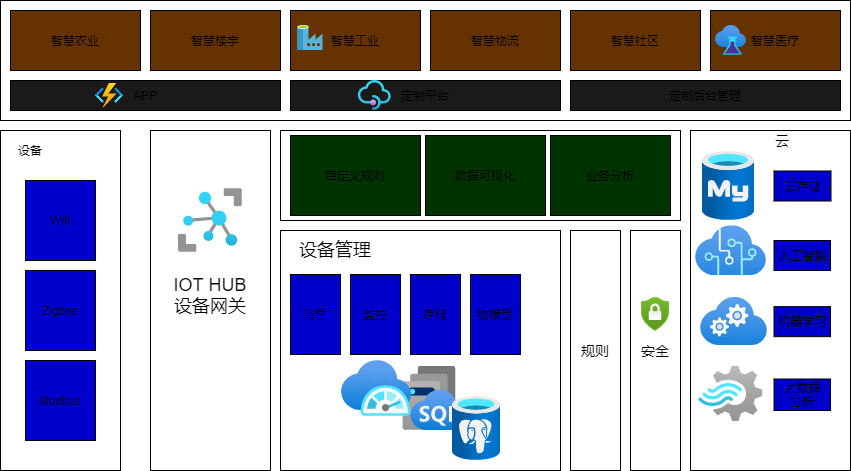
The draw.io diagram Image/IOT Drawing.png in motiontek/p1, before a commit. Source tidied: cells renumbered, new cells last; positions are measured from the earlier drawing's top-left corner, leaving out a move shared by most shapes.
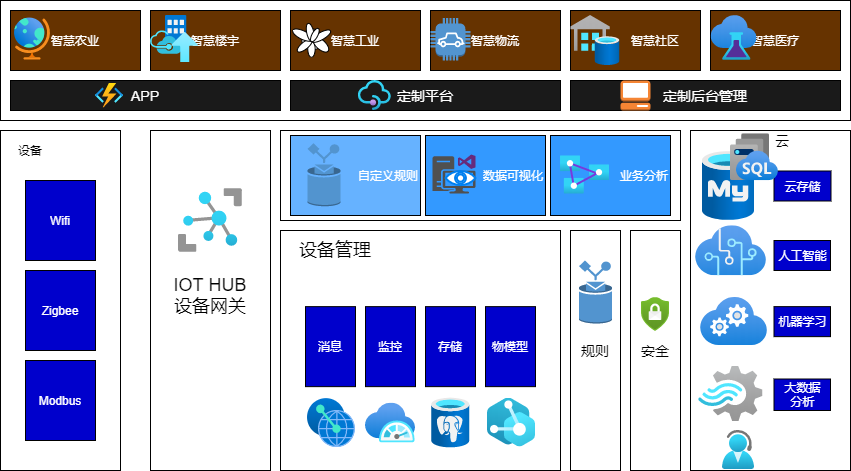
Later version of the same file.

What changed in the source:
```diff
@@ -8,7 +8,7 @@
     <mxCell id="3" value="设备" style="text;html=1;strokeColor=none;fillColor=none;align=center;verticalAlign=middle;whiteSpace=wrap;rounded=0;" parent="1" vertex="1">
       <mxGeometry x="10" y="140" width="40" height="20" as="geometry" />
     </mxCell>
-    <mxCell id="4" value="Wifi" style="rounded=0;whiteSpace=wrap;html=1;fillColor=#0000CC;" parent="1" vertex="1">
+    <mxCell id="4" value="&lt;font color=&quot;#ffffff&quot;&gt;Wifi&lt;/font&gt;" style="rounded=0;whiteSpace=wrap;html=1;fillColor=#0000CC;" parent="1" vertex="1">
       <mxGeometry x="25" y="180" width="70" height="80" as="geometry" />
     </mxCell>
     <mxCell id="5" value="Zigbee" style="rounded=0;whiteSpace=wrap;html=1;fillColor=#0000CC;" parent="1" vertex="1">
@@ -35,29 +35,29 @@
     <mxCell id="12" value="&lt;div&gt;&lt;span&gt;&lt;font style=&quot;font-size: 14px&quot;&gt;安全&lt;/font&gt;&lt;/span&gt;&lt;/div&gt;" style="rounded=0;whiteSpace=wrap;html=1;align=center;" parent="1" vertex="1">
       <mxGeometry x="630" y="230" width="50" height="240" as="geometry" />
     </mxCell>
-    <mxCell id="13" value="消息" style="rounded=0;whiteSpace=wrap;html=1;fillColor=#0000CC;" parent="1" vertex="1">
-      <mxGeometry x="290" y="274" width="50" height="80" as="geometry" />
+    <mxCell id="13" value="&lt;font color=&quot;#ffffff&quot;&gt;消息&lt;/font&gt;" style="rounded=0;whiteSpace=wrap;html=1;fillColor=#0000CC;" parent="1" vertex="1">
+      <mxGeometry x="305" y="306.1" width="50" height="80" as="geometry" />
     </mxCell>
-    <mxCell id="14" value="监控" style="rounded=0;whiteSpace=wrap;html=1;fillColor=#0000CC;" parent="1" vertex="1">
-      <mxGeometry x="350" y="274" width="50" height="80" as="geometry" />
+    <mxCell id="14" value="&lt;font color=&quot;#ffffff&quot;&gt;监控&lt;/font&gt;" style="rounded=0;whiteSpace=wrap;html=1;fillColor=#0000CC;" parent="1" vertex="1">
+      <mxGeometry x="365" y="306.1" width="50" height="80" as="geometry" />
     </mxCell>
-    <mxCell id="15" value="存储" style="rounded=0;whiteSpace=wrap;html=1;fillColor=#0000CC;" parent="1" vertex="1">
-      <mxGeometry x="410" y="274" width="50" height="80" as="geometry" />
+    <mxCell id="15" value="&lt;font color=&quot;#ffffff&quot;&gt;存储&lt;/font&gt;" style="rounded=0;whiteSpace=wrap;html=1;fillColor=#0000CC;" parent="1" vertex="1">
+      <mxGeometry x="425" y="306.1" width="50" height="80" as="geometry" />
     </mxCell>
     <mxCell id="16" style="rounded=0;whiteSpace=wrap;html=1;align=left;" parent="1" vertex="1">
       <mxGeometry x="280" y="130" width="400" height="90" as="geometry" />
     </mxCell>
-    <mxCell id="17" value="自定义规则" style="rounded=0;whiteSpace=wrap;html=1;fillColor=#003300;" parent="1" vertex="1">
+    <mxCell id="17" value="&lt;font color=&quot;#ffffff&quot;&gt;自定义规则&lt;/font&gt;" style="rounded=0;whiteSpace=wrap;html=1;fillColor=#66B2FF;align=right;" parent="1" vertex="1">
       <mxGeometry x="290" y="135" width="130" height="80" as="geometry" />
     </mxCell>
-    <mxCell id="18" value="数据可视化" style="rounded=0;whiteSpace=wrap;html=1;fillColor=#003300;" parent="1" vertex="1">
+    <mxCell id="18" value="&lt;font color=&quot;#ffffff&quot;&gt;数据可视化&lt;/font&gt;" style="rounded=0;whiteSpace=wrap;html=1;fillColor=#3399FF;align=right;" parent="1" vertex="1">
       <mxGeometry x="425" y="135" width="120" height="80" as="geometry" />
     </mxCell>
-    <mxCell id="19" value="业务分析" style="rounded=0;whiteSpace=wrap;html=1;fillColor=#003300;" parent="1" vertex="1">
+    <mxCell id="19" value="&lt;font color=&quot;#ffffff&quot;&gt;业务分析&lt;/font&gt;" style="rounded=0;whiteSpace=wrap;html=1;fillColor=#3399FF;align=right;" parent="1" vertex="1">
       <mxGeometry x="550" y="135" width="120" height="80" as="geometry" />
     </mxCell>
-    <mxCell id="20" value="物模型" style="rounded=0;whiteSpace=wrap;html=1;fillColor=#0000CC;" parent="1" vertex="1">
-      <mxGeometry x="470" y="274" width="50" height="80" as="geometry" />
+    <mxCell id="20" value="&lt;font color=&quot;#ffffff&quot;&gt;物模型&lt;/font&gt;" style="rounded=0;whiteSpace=wrap;html=1;fillColor=#0000CC;" parent="1" vertex="1">
+      <mxGeometry x="485" y="306.1" width="50" height="80" as="geometry" />
     </mxCell>
     <mxCell id="21" style="rounded=0;whiteSpace=wrap;html=1;align=left;" parent="1" vertex="1">
       <mxGeometry x="690" y="130" width="160" height="340" as="geometry" />
@@ -68,10 +68,10 @@
     <mxCell id="23" style="rounded=0;whiteSpace=wrap;html=1;align=left;" parent="1" vertex="1">
       <mxGeometry width="850" height="120" as="geometry" />
     </mxCell>
-    <mxCell id="24" value="智慧农业" style="rounded=0;whiteSpace=wrap;html=1;fillColor=#663300;" parent="1" vertex="1">
+    <mxCell id="24" value="&lt;font color=&quot;#ffffff&quot;&gt;智慧农业&lt;/font&gt;" style="rounded=0;whiteSpace=wrap;html=1;fillColor=#663300;" parent="1" vertex="1">
       <mxGeometry x="10" y="10" width="130" height="60" as="geometry" />
     </mxCell>
-    <mxCell id="25" value="智慧楼宇" style="rounded=0;whiteSpace=wrap;html=1;fillColor=#663300;" parent="1" vertex="1">
+    <mxCell id="25" value="&lt;font color=&quot;#ffffff&quot;&gt;智慧楼宇&lt;/font&gt;" style="rounded=0;whiteSpace=wrap;html=1;fillColor=#663300;align=center;" parent="1" vertex="1">
       <mxGeometry x="150" y="10" width="130" height="60" as="geometry" />
     </mxCell>
     <mxCell id="26" value="智慧工业" style="rounded=0;whiteSpace=wrap;html=1;fillColor=#663300;" parent="1" vertex="1">
@@ -80,31 +80,31 @@
     <mxCell id="27" value="智慧物流" style="rounded=0;whiteSpace=wrap;html=1;fillColor=#663300;" parent="1" vertex="1">
       <mxGeometry x="430" y="10" width="130" height="60" as="geometry" />
     </mxCell>
-    <mxCell id="28" value="智慧社区" style="rounded=0;whiteSpace=wrap;html=1;fillColor=#663300;" parent="1" vertex="1">
+    <mxCell id="28" value="&lt;blockquote style=&quot;margin: 0 0 0 40px ; border: none ; padding: 0px&quot;&gt;&lt;font color=&quot;#ffffff&quot;&gt;智慧社区&lt;/font&gt;&lt;/blockquote&gt;" style="rounded=0;whiteSpace=wrap;html=1;fillColor=#663300;align=center;" parent="1" vertex="1">
       <mxGeometry x="570" y="10" width="130" height="60" as="geometry" />
     </mxCell>
-    <mxCell id="29" value="智慧医疗" style="rounded=0;whiteSpace=wrap;html=1;fillColor=#663300;" parent="1" vertex="1">
+    <mxCell id="29" value="&lt;font color=&quot;#ffffff&quot;&gt;智慧医疗&lt;/font&gt;" style="rounded=0;whiteSpace=wrap;html=1;fillColor=#663300;align=center;" parent="1" vertex="1">
       <mxGeometry x="710" y="10" width="130" height="60" as="geometry" />
     </mxCell>
-    <mxCell id="30" value="APP" style="rounded=0;whiteSpace=wrap;html=1;fillColor=#1A1A1A;" parent="1" vertex="1">
+    <mxCell id="30" value="&lt;font color=&quot;#ffffff&quot; style=&quot;font-size: 14px&quot;&gt;APP&lt;/font&gt;" style="rounded=0;whiteSpace=wrap;html=1;fillColor=#1A1A1A;" parent="1" vertex="1">
       <mxGeometry x="10" y="80" width="270" height="30" as="geometry" />
     </mxCell>
-    <mxCell id="31" value="定制平台" style="rounded=0;whiteSpace=wrap;html=1;fillColor=#1A1A1A;" parent="1" vertex="1">
+    <mxCell id="31" value="&lt;font color=&quot;#ffffff&quot; style=&quot;font-size: 14px&quot;&gt;定制平台&lt;/font&gt;" style="rounded=0;whiteSpace=wrap;html=1;fillColor=#1A1A1A;" parent="1" vertex="1">
       <mxGeometry x="290" y="80" width="270" height="30" as="geometry" />
     </mxCell>
-    <mxCell id="32" value="定制后台管理" style="rounded=0;whiteSpace=wrap;html=1;fillColor=#1A1A1A;" parent="1" vertex="1">
+    <mxCell id="32" value="&lt;font color=&quot;#ffffff&quot; style=&quot;font-size: 14px&quot;&gt;定制后台管理&lt;/font&gt;" style="rounded=0;whiteSpace=wrap;html=1;fillColor=#1A1A1A;" parent="1" vertex="1">
       <mxGeometry x="570" y="80" width="270" height="30" as="geometry" />
     </mxCell>
-    <mxCell id="33" value="云存储" style="rounded=0;whiteSpace=wrap;html=1;fillColor=#0000CC;" parent="1" vertex="1">
+    <mxCell id="33" value="&lt;font color=&quot;#ffffff&quot;&gt;云存储&lt;/font&gt;" style="rounded=0;whiteSpace=wrap;html=1;fillColor=#0000CC;" parent="1" vertex="1">
       <mxGeometry x="773.5" y="170.5" width="57" height="30" as="geometry" />
     </mxCell>
-    <mxCell id="34" value="人工智能" style="rounded=0;whiteSpace=wrap;html=1;fillColor=#0000CC;" parent="1" vertex="1">
+    <mxCell id="34" value="&lt;font color=&quot;#ffffff&quot;&gt;人工智能&lt;/font&gt;" style="rounded=0;whiteSpace=wrap;html=1;fillColor=#0000CC;" parent="1" vertex="1">
       <mxGeometry x="773.5" y="240" width="56.5" height="30" as="geometry" />
     </mxCell>
-    <mxCell id="35" value="机器学习" style="rounded=0;whiteSpace=wrap;html=1;fillColor=#0000CC;" parent="1" vertex="1">
+    <mxCell id="35" value="&lt;font color=&quot;#ffffff&quot;&gt;机器学习&lt;/font&gt;" style="rounded=0;whiteSpace=wrap;html=1;fillColor=#0000CC;" parent="1" vertex="1">
       <mxGeometry x="773.5" y="306.1" width="56.5" height="30" as="geometry" />
     </mxCell>
-    <mxCell id="36" value="大数据&lt;br&gt;分析" style="rounded=0;whiteSpace=wrap;html=1;fillColor=#0000CC;" parent="1" vertex="1">
+    <mxCell id="36" value="&lt;font color=&quot;#ffffff&quot;&gt;大数据&lt;br&gt;分析&lt;/font&gt;" style="rounded=0;whiteSpace=wrap;html=1;fillColor=#0000CC;" parent="1" vertex="1">
       <mxGeometry x="773.5" y="378.5" width="56.5" height="31.5" as="geometry" />
     </mxCell>
     <mxCell id="37" style="html=1;align=center;image;fontSize=12;image=img/lib/azure2/iot/Function_Apps.svg;fillColor=#003300;" parent="1" vertex="1">
@@ -119,14 +119,11 @@
     <mxCell id="40" style="html=1;align=center;image;fontSize=12;image=img/lib/azure2/databases/Azure_Database_MySQL_Server.svg;fillColor=#003300;" parent="1" vertex="1">
       <mxGeometry x="702" y="151" width="51.8" height="69" as="geometry" />
     </mxCell>
-    <mxCell id="41" style="html=1;align=center;image;fontSize=12;image=img/lib/azure2/databases/Instance_Pools.svg;fillColor=#003300;" parent="1" vertex="1">
-      <mxGeometry x="402.5" y="366" width="65" height="64" as="geometry" />
-    </mxCell>
     <mxCell id="42" style="html=1;align=center;image;fontSize=12;image=img/lib/azure2/databases/Azure_Database_PostgreSQL_Server.svg;fillColor=#003300;" parent="1" vertex="1">
-      <mxGeometry x="452" y="396" width="48" height="64" as="geometry" />
+      <mxGeometry x="431.2" y="397.5" width="37.5" height="50" as="geometry" />
     </mxCell>
     <mxCell id="43" style="html=1;align=center;image;fontSize=12;image=img/lib/azure2/devops/DevTest_Labs.svg;fillColor=#003300;" parent="1" vertex="1">
-      <mxGeometry x="715" y="25" width="30.9" height="30" as="geometry" />
+      <mxGeometry x="710.6" y="15" width="46.4" height="45" as="geometry" />
     </mxCell>
     <mxCell id="44" style="html=1;align=center;image;fontSize=12;image=img/lib/azure2/integration/API_Management_Services.svg;fillColor=#003300;" parent="1" vertex="1">
       <mxGeometry x="357.8" y="80" width="32.5" height="30" as="geometry" />
@@ -135,7 +132,7 @@
       <mxGeometry x="641" y="297" width="28" height="34" as="geometry" />
     </mxCell>
     <mxCell id="46" style="html=1;align=center;image;fontSize=12;image=img/lib/azure2/monitor/SAP_Azure_Monitor.svg;fillColor=#003300;" parent="1" vertex="1">
-      <mxGeometry x="341" y="360" width="70" height="56" as="geometry" />
+      <mxGeometry x="365" y="402.5" width="50" height="40" as="geometry" />
     </mxCell>
     <mxCell id="47" style="html=1;align=center;image;fontSize=12;image=img/lib/azure2/compute/Cloud_Services_Classic.svg;fillColor=#003300;" parent="1" vertex="1">
       <mxGeometry x="700" y="297" width="66.8" height="48.3" as="geometry" />
@@ -146,5 +143,62 @@
     <mxCell id="49" style="html=1;align=center;image;fontSize=12;image=img/lib/mscae/Data_Factory.svg;fillColor=#003300;" parent="1" vertex="1">
       <mxGeometry x="297.5" y="25" width="25" height="25" as="geometry" />
     </mxCell>
+    <mxCell id="50" value="&lt;font color=&quot;#ffffff&quot;&gt;Zigbee&lt;/font&gt;" style="rounded=0;whiteSpace=wrap;html=1;fillColor=#0000CC;" parent="1" vertex="1">
+      <mxGeometry x="25" y="270" width="70" height="80" as="geometry" />
+    </mxCell>
+    <mxCell id="51" value="&lt;font color=&quot;#ffffff&quot;&gt;Modbus&lt;/font&gt;" style="rounded=0;whiteSpace=wrap;html=1;fillColor=#0000CC;" parent="1" vertex="1">
+      <mxGeometry x="25" y="360" width="70" height="80" as="geometry" />
+    </mxCell>
+    <mxCell id="52" value="&lt;font color=&quot;#ffffff&quot;&gt;智慧工业&lt;/font&gt;" style="rounded=0;whiteSpace=wrap;html=1;fillColor=#663300;" parent="1" vertex="1">
+      <mxGeometry x="290" y="10" width="130" height="60" as="geometry" />
+    </mxCell>
+    <mxCell id="53" value="&lt;font color=&quot;#ffffff&quot;&gt;智慧物流&lt;/font&gt;" style="rounded=0;whiteSpace=wrap;html=1;fillColor=#663300;" parent="1" vertex="1">
+      <mxGeometry x="430" y="10" width="130" height="60" as="geometry" />
+    </mxCell>
+    <mxCell id="41" style="html=1;align=center;image;fontSize=12;image=img/lib/azure2/databases/Instance_Pools.svg;fillColor=#003300;" parent="1" vertex="1">
+      <mxGeometry x="730" y="133.2" width="47.5" height="46.8" as="geometry" />
+    </mxCell>
+    <mxCell id="54" style="html=1;align=center;image;fontSize=12;image=img/lib/azure2/internet_of_things/Digital_Twins.svg;" parent="1" vertex="1">
+      <mxGeometry x="487" y="397.5" width="48" height="48.7" as="geometry" />
+    </mxCell>
+    <mxCell id="55" style="html=1;align=center;image;fontSize=12;image=img/lib/azure2/other/Peering_Service.svg;" parent="1" vertex="1">
+      <mxGeometry x="307" y="398.1" width="48" height="48.7" as="geometry" />
+    </mxCell>
+    <mxCell id="56" style="html=1;align=center;image;fontSize=12;image=img/lib/azure2/integration/SQL_Data_Warehouses.svg;" parent="1" vertex="1">
+      <mxGeometry x="570.4" y="15" width="49.2" height="50" as="geometry" />
+    </mxCell>
+    <mxCell id="57" style="html=1;align=center;image;fontSize=12;image=img/lib/azure2/general/Help_and_Support.svg;" parent="1" vertex="1">
+      <mxGeometry x="722" y="430" width="31.7" height="39" as="geometry" />
+    </mxCell>
+    <mxCell id="58" style="html=1;align=center;image;fontSize=12;image=img/lib/azure2/azure_stack/Updates.svg;" parent="1" vertex="1">
+      <mxGeometry x="150" y="15" width="47.7" height="47" as="geometry" />
+    </mxCell>
+    <mxCell id="59" style="html=1;align=center;image;fontSize=12;image=img/lib/azure2/general/Globe.svg;" parent="1" vertex="1">
+      <mxGeometry x="14" y="17.6" width="36" height="42.4" as="geometry" />
+    </mxCell>
+    <mxCell id="60" style="dashed=0;verticalLabelPosition=bottom;verticalAlign=top;align=center;html=1;shape=mxgraph.aws3.car;fillColor=#5294CF;gradientColor=none;" parent="1" vertex="1">
+      <mxGeometry x="430" y="17.6" width="40" height="42.4" as="geometry" />
+    </mxCell>
+    <mxCell id="61" style="verticalLabelPosition=bottom;html=1;verticalAlign=top;align=center;shape=mxgraph.floorplan.plant;" parent="1" vertex="1">
+      <mxGeometry x="293.8" y="20.8" width="32.5" height="36" as="geometry" />
+    </mxCell>
+    <mxCell id="62" style="shadow=0;dashed=0;html=1;strokeColor=none;fillColor=#505050;labelPosition=center;verticalLabelPosition=bottom;verticalAlign=top;align=center;shape=mxgraph.office.devices.workstation_visual_studio;" parent="1" vertex="1">
+      <mxGeometry x="432" y="154" width="43" height="39" as="geometry" />
+    </mxCell>
+    <mxCell id="63" style="html=1;align=center;image;fontSize=12;image=img/lib/azure2/analytics/Analysis_Services.svg;" parent="1" vertex="1">
+      <mxGeometry x="560" y="155.5" width="49.2" height="37.5" as="geometry" />
+    </mxCell>
+    <mxCell id="64" style="dashed=0;verticalLabelPosition=bottom;verticalAlign=top;align=center;html=1;shape=mxgraph.aws3.rule;fillColor=#5294CF;gradientColor=none;" parent="1" vertex="1">
+      <mxGeometry x="307" y="142.8" width="33" height="63" as="geometry" />
+    </mxCell>
+    <mxCell id="65" style="html=1;verticalLabelPosition=bottom;align=center;labelBackgroundColor=#ffffff;verticalAlign=top;strokeWidth=2;strokeColor=#0080F0;shadow=0;dashed=0;shape=mxgraph.ios7.icons.eye;" parent="1" vertex="1">
+      <mxGeometry x="445" y="170.5" width="30" height="14.1" as="geometry" />
+    </mxCell>
+    <mxCell id="66" style="dashed=0;verticalLabelPosition=bottom;verticalAlign=top;align=center;html=1;shape=mxgraph.aws3.rule;fillColor=#5294CF;gradientColor=none;" parent="1" vertex="1">
+      <mxGeometry x="578.5" y="260" width="33" height="63" as="geometry" />
+    </mxCell>
+    <mxCell id="67" style="dashed=0;verticalLabelPosition=bottom;verticalAlign=top;align=center;html=1;shape=mxgraph.aws3.management_console;fillColor=#F58534;gradientColor=none;" parent="1" vertex="1">
+      <mxGeometry x="620" y="80" width="30" height="30" as="geometry" />
+    </mxCell>
   </root>
 </mxGraphModel>
```
